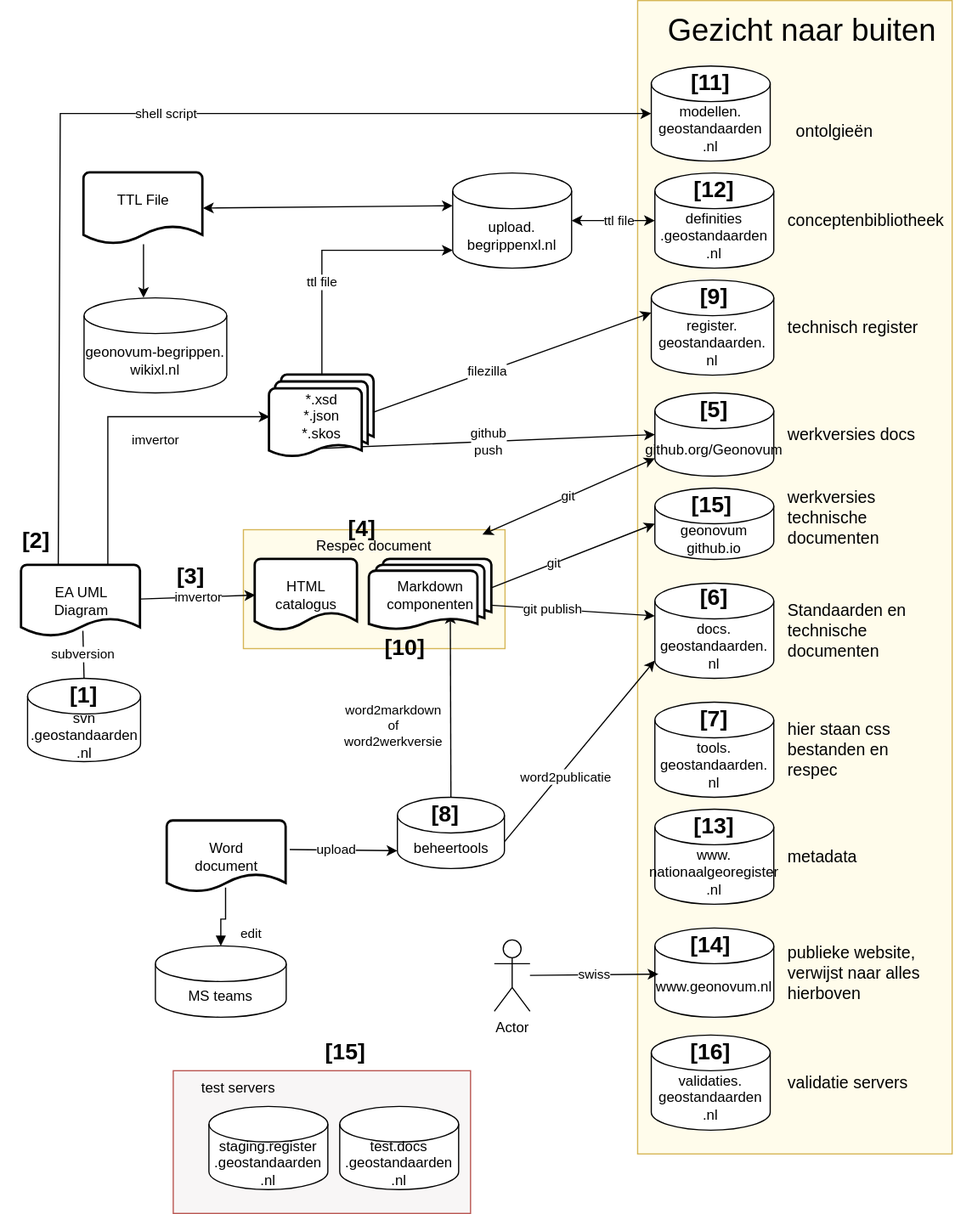
The draw.io diagram docs/media/PublicatieInfrastructuurGeonovum.drawio.svg in Geonovum/handleiding-tooling, before a commit. Source tidied: cells renumbered, new cells last; positions are measured from the earlier drawing's top-left corner, leaving out a move shared by most shapes.
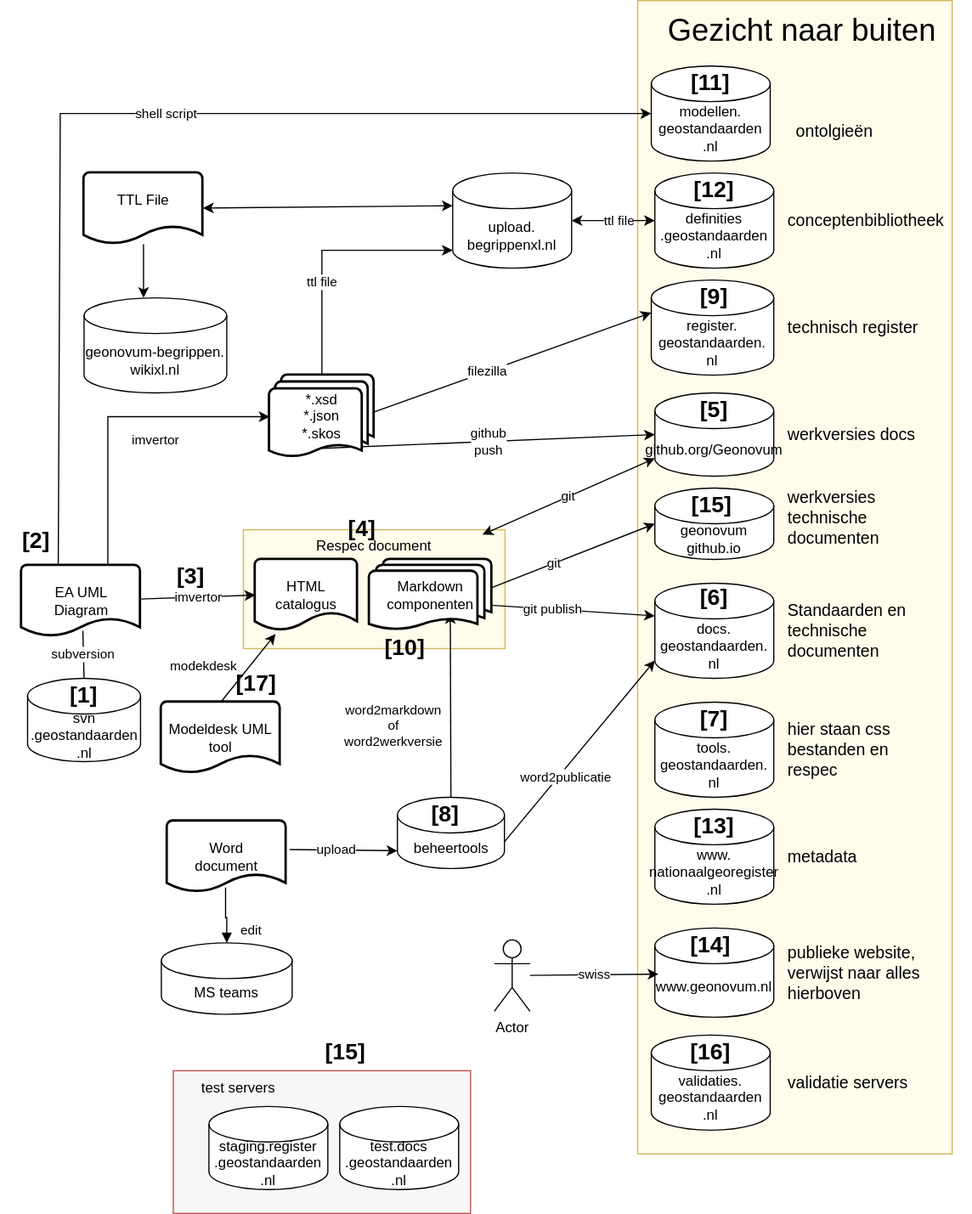
After the commit.

Commit message:
punten voor verbetering staan vrijwel allemaal op de backlog

Change to the diagram source:
```diff
@@ -52,7 +52,7 @@
       </mxGeometry>
     </mxCell>
     <mxCell id="15" value="MS teams" style="shape=cylinder3;whiteSpace=wrap;html=1;boundedLbl=1;backgroundOutline=1;size=15;" parent="1" vertex="1">
-      <mxGeometry x="130" y="795" width="110" height="60" as="geometry" />
+      <mxGeometry x="135" y="792.5" width="110" height="60" as="geometry" />
     </mxCell>
     <mxCell id="16" value="upload" style="endArrow=none;startArrow=classic;html=1;rounded=0;entryX=1.03;entryY=0.4;entryDx=0;entryDy=0;startWidth=18;entryPerimeter=0;endFill=0;exitX=0;exitY=1;exitDx=0;exitDy=-15;exitPerimeter=0;" parent="1" edge="1" source="11" target="50">
       <mxGeometry x="0.14" relative="1" as="geometry" />
@@ -253,5 +253,14 @@
     <mxCell id="78" value="Actor" style="shape=umlActor;verticalLabelPosition=bottom;verticalAlign=top;html=1;outlineConnect=0;" parent="1" vertex="1">
       <mxGeometry x="415" y="790" width="30" height="60" as="geometry" />
     </mxCell>
+    <mxCell id="79" value="&lt;div&gt;Modeldesk UML tool&lt;/div&gt;" style="strokeWidth=2;html=1;shape=mxgraph.flowchart.document2;whiteSpace=wrap;size=0.25;" parent="1" vertex="1">
+      <mxGeometry x="135" y="590" width="100" height="60" as="geometry" />
+    </mxCell>
+    <mxCell id="80" value="&lt;div&gt;modekdesk&lt;/div&gt;" style="endArrow=none;startArrow=classic;html=1;rounded=0;entryX=0.5;entryY=0;entryDx=0;entryDy=0;startWidth=18;entryPerimeter=0;endFill=0;exitX=0.198;exitY=1.044;exitDx=0;exitDy=0;exitPerimeter=0;align=right;" parent="1" edge="1" source="52" target="79">
+      <mxGeometry x="0.11" y="-7" relative="1" as="geometry" />
+    </mxCell>
+    <mxCell id="81" value="&lt;font style=&quot;font-size: 19px;&quot;&gt;&lt;b&gt;[17]&lt;/b&gt;&lt;/font&gt;" style="text;strokeColor=none;align=center;fillColor=none;html=1;verticalAlign=middle;whiteSpace=wrap;rounded=0;" parent="1" vertex="1">
+      <mxGeometry x="185" y="560" width="60" height="30" as="geometry" />
+    </mxCell>
   </root>
 </mxGraphModel>
```
